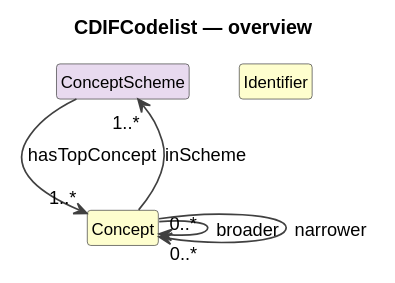
Before: cdif-uml-model/_plantuml/cdifCodelist/index.local.svg, a diagram exported from PlantUML (Cross-Domain-Interoperability-Framework/metadataBuildingBlocks).
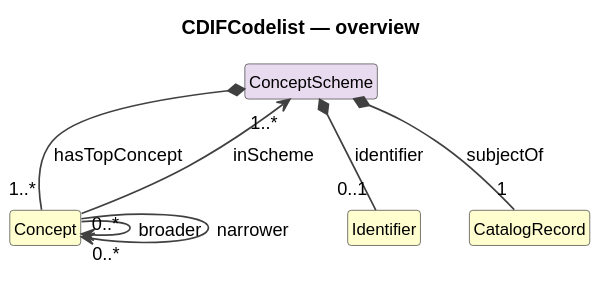
The same diagram one commit later.

What changed in the source:
```diff
@@ -13,7 +13,10 @@
 class "ConceptScheme" as ConceptScheme #E8DAEF
 class "Concept" as Concept #FEFECE
 class "Identifier" as Identifier #FEFECE
-ConceptScheme --> "1..*" Concept : hasTopConcept
+class "CatalogRecord" as CatalogRecord #FEFECE
+ConceptScheme *-- "1" CatalogRecord : subjectOf
+ConceptScheme *-- "0..1" Identifier : identifier
+ConceptScheme *-- "1..*" Concept : hasTopConcept
 Concept --> "1..*" ConceptScheme : inScheme
 Concept --> "0..*" Concept : broader
 Concept --> "0..*" Concept : narrower
```
